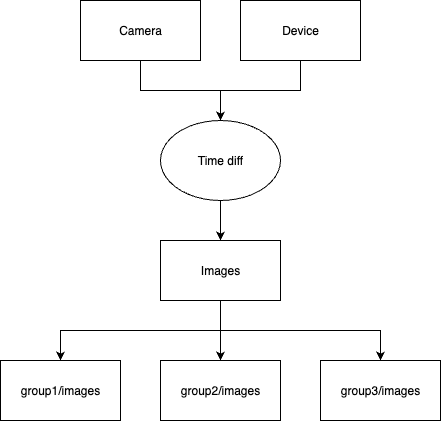
shinich39/photog-ass keeps this draw.io diagram as public/example.png. Above is the earlier version. Source tidied: cells renumbered, new cells last; positions are measured from the earlier drawing's top-left corner, leaving out a move shared by most shapes.
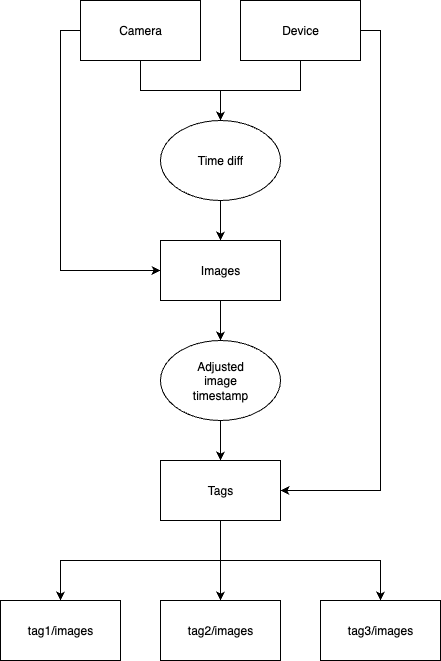
The same file after the commit.

Diff of the diagram source:
```diff
@@ -2,44 +2,62 @@
   <root>
     <mxCell id="0" />
     <mxCell id="1" parent="0" />
-    <mxCell id="2" style="edgeStyle=orthogonalEdgeStyle;rounded=0;jettySize=auto;html=1;exitX=0.5;exitY=1;exitDx=0;exitDy=0;" parent="1" edge="1" source="3" target="7">
+    <mxCell id="2" style="edgeStyle=orthogonalEdgeStyle;rounded=0;jettySize=auto;html=1;exitX=0.5;exitY=1;exitDx=0;exitDy=0;" parent="1" edge="1" source="4" target="9">
       <mxGeometry relative="1" as="geometry" />
     </mxCell>
-    <mxCell id="3" value="Camera" style="rounded=0;whiteSpace=wrap;html=1;" parent="1" vertex="1">
-      <mxGeometry x="80" width="120" height="60" as="geometry" />
+    <mxCell id="3" style="edgeStyle=orthogonalEdgeStyle;rounded=0;jettySize=auto;html=1;exitX=0;exitY=0.5;exitDx=0;exitDy=0;entryX=0;entryY=0.5;entryDx=0;entryDy=0;" parent="1" edge="1" source="4" target="16">
+      <mxGeometry relative="1" as="geometry" />
     </mxCell>
-    <mxCell id="4" style="edgeStyle=orthogonalEdgeStyle;rounded=0;jettySize=auto;html=1;exitX=0.5;exitY=1;exitDx=0;exitDy=0;" parent="1" edge="1" source="5" target="7">
-      <mxGeometry relative="1" as="geometry" />
+    <mxCell id="4" value="Camera" style="rounded=0;whiteSpace=wrap;html=1;" parent="1" vertex="1">
+      <mxGeometry x="40" y="-40" width="120" height="60" as="geometry" />
     </mxCell>
-    <mxCell id="5" value="Device" style="whiteSpace=wrap;html=1;" parent="1" vertex="1">
-      <mxGeometry x="240" width="120" height="60" as="geometry" />
+    <mxCell id="5" style="edgeStyle=orthogonalEdgeStyle;rounded=0;jettySize=auto;html=1;exitX=0.5;exitY=1;exitDx=0;exitDy=0;" parent="1" edge="1" source="7" target="9">
+      <mxGeometry relative="1" as="geometry" />
     </mxCell>
-    <mxCell id="6" style="edgeStyle=orthogonalEdgeStyle;rounded=0;jettySize=auto;html=1;exitX=0.5;exitY=1;exitDx=0;exitDy=0;" parent="1" edge="1" source="7" target="11">
+    <mxCell id="6" style="edgeStyle=orthogonalEdgeStyle;rounded=0;jettySize=auto;html=1;exitX=1;exitY=0.5;exitDx=0;exitDy=0;entryX=1;entryY=0.5;entryDx=0;entryDy=0;" parent="1" edge="1" source="7" target="20">
       <mxGeometry relative="1" as="geometry" />
     </mxCell>
-    <mxCell id="7" value="Time diff" style="ellipse;whiteSpace=wrap;html=1;" parent="1" vertex="1">
-      <mxGeometry x="160" y="120" width="120" height="80" as="geometry" />
+    <mxCell id="7" value="Device" style="whiteSpace=wrap;html=1;" parent="1" vertex="1">
+      <mxGeometry x="200" y="-40" width="120" height="60" as="geometry" />
     </mxCell>
-    <mxCell id="8" style="edgeStyle=orthogonalEdgeStyle;rounded=0;jettySize=auto;html=1;exitX=0.5;exitY=1;exitDx=0;exitDy=0;" parent="1" edge="1" source="11" target="12">
+    <mxCell id="8" style="edgeStyle=orthogonalEdgeStyle;rounded=0;jettySize=auto;html=1;exitX=0.5;exitY=1;exitDx=0;exitDy=0;entryX=0.5;entryY=0;entryDx=0;entryDy=0;" parent="1" edge="1" source="9" target="16">
       <mxGeometry relative="1" as="geometry" />
     </mxCell>
-    <mxCell id="9" style="edgeStyle=orthogonalEdgeStyle;rounded=0;jettySize=auto;html=1;exitX=0.5;exitY=1;exitDx=0;exitDy=0;" parent="1" edge="1" source="11" target="13">
-      <mxGeometry relative="1" as="geometry" />
+    <mxCell id="9" value="Time diff" style="ellipse;whiteSpace=wrap;html=1;" parent="1" vertex="1">
+      <mxGeometry x="120" y="80" width="120" height="80" as="geometry" />
     </mxCell>
-    <mxCell id="10" style="edgeStyle=orthogonalEdgeStyle;rounded=0;jettySize=auto;html=1;exitX=0.5;exitY=1;exitDx=0;exitDy=0;" parent="1" edge="1" source="11" target="14">
-      <mxGeometry relative="1" as="geometry" />
+    <mxCell id="10" value="tag1/images" style="whiteSpace=wrap;html=1;" parent="1" vertex="1">
+      <mxGeometry x="-40" y="560" width="120" height="60" as="geometry" />
     </mxCell>
-    <mxCell id="11" value="Images" style="whiteSpace=wrap;html=1;" parent="1" vertex="1">
-      <mxGeometry x="160" y="240" width="120" height="60" as="geometry" />
+    <mxCell id="11" value="tag2/images" style="whiteSpace=wrap;html=1;" parent="1" vertex="1">
+      <mxGeometry x="120" y="560" width="120" height="60" as="geometry" />
     </mxCell>
-    <mxCell id="12" value="group1/images" style="whiteSpace=wrap;html=1;" parent="1" vertex="1">
-      <mxGeometry y="360" width="120" height="60" as="geometry" />
+    <mxCell id="12" value="tag3/images" style="whiteSpace=wrap;html=1;" parent="1" vertex="1">
+      <mxGeometry x="280" y="560" width="120" height="60" as="geometry" />
     </mxCell>
-    <mxCell id="13" value="group2/images" style="whiteSpace=wrap;html=1;" parent="1" vertex="1">
-      <mxGeometry x="160" y="360" width="120" height="60" as="geometry" />
+    <mxCell id="13" style="edgeStyle=orthogonalEdgeStyle;rounded=0;jettySize=auto;html=1;exitX=0.5;exitY=1;exitDx=0;exitDy=0;" parent="1" edge="1" source="14" target="20">
+      <mxGeometry relative="1" as="geometry" />
     </mxCell>
-    <mxCell id="14" value="group3/images" style="whiteSpace=wrap;html=1;" parent="1" vertex="1">
-      <mxGeometry x="320" y="360" width="120" height="60" as="geometry" />
+    <mxCell id="14" value="&lt;div&gt;Adjusted&lt;/div&gt;&lt;div&gt;image&lt;/div&gt;&lt;div&gt;timestamp&lt;/div&gt;" style="ellipse;whiteSpace=wrap;html=1;" parent="1" vertex="1">
+      <mxGeometry x="120" y="300" width="120" height="80" as="geometry" />
     </mxCell>
+    <mxCell id="15" style="edgeStyle=orthogonalEdgeStyle;rounded=0;jettySize=auto;html=1;exitX=0.5;exitY=1;exitDx=0;exitDy=0;" parent="1" edge="1" source="16" target="14">
+      <mxGeometry relative="1" as="geometry" />
+    </mxCell>
+    <mxCell id="16" value="Images" style="whiteSpace=wrap;html=1;" parent="1" vertex="1">
+      <mxGeometry x="120" y="200" width="120" height="60" as="geometry" />
+    </mxCell>
+    <mxCell id="17" style="edgeStyle=orthogonalEdgeStyle;rounded=0;jettySize=auto;html=1;exitX=0.5;exitY=1;exitDx=0;exitDy=0;" parent="1" edge="1" source="20" target="11">
+      <mxGeometry relative="1" as="geometry" />
+    </mxCell>
+    <mxCell id="18" style="edgeStyle=orthogonalEdgeStyle;rounded=0;jettySize=auto;html=1;exitX=0.5;exitY=1;exitDx=0;exitDy=0;" parent="1" edge="1" source="20" target="10">
+      <mxGeometry relative="1" as="geometry" />
+    </mxCell>
+    <mxCell id="19" style="edgeStyle=orthogonalEdgeStyle;rounded=0;jettySize=auto;html=1;exitX=0.5;exitY=1;exitDx=0;exitDy=0;" parent="1" edge="1" source="20" target="12">
+      <mxGeometry relative="1" as="geometry" />
+    </mxCell>
+    <mxCell id="20" value="Tags" style="whiteSpace=wrap;html=1;" parent="1" vertex="1">
+      <mxGeometry x="120" y="420" width="120" height="60" as="geometry" />
+    </mxCell>
   </root>
 </mxGraphModel>
```
